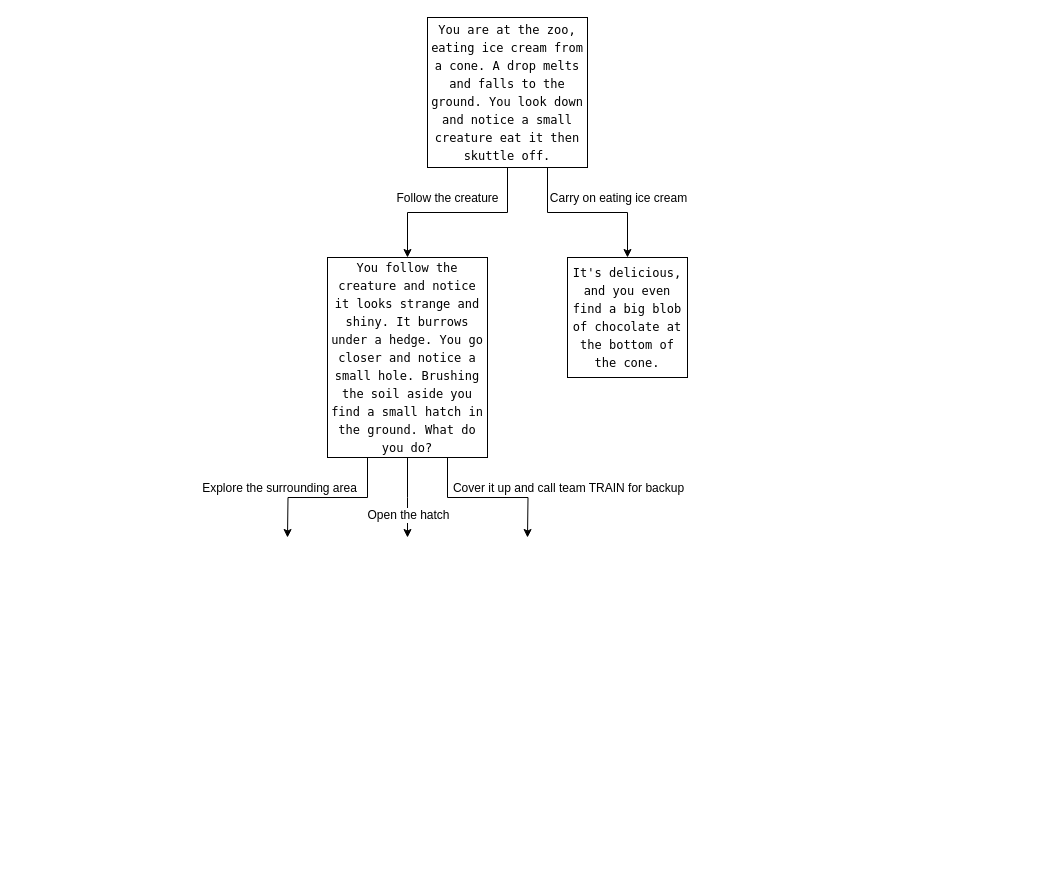
This is adventure.drawio from tearne/adventure, a draw.io file, before an edit. Source tidied: cells renumbered, new cells numbered last; positions are measured from the earlier drawing's top-left corner, leaving out a move shared by most shapes. Both pictures are drawn from the tidied source at 100%, with x=0, y=0 at pixel (287, 17).
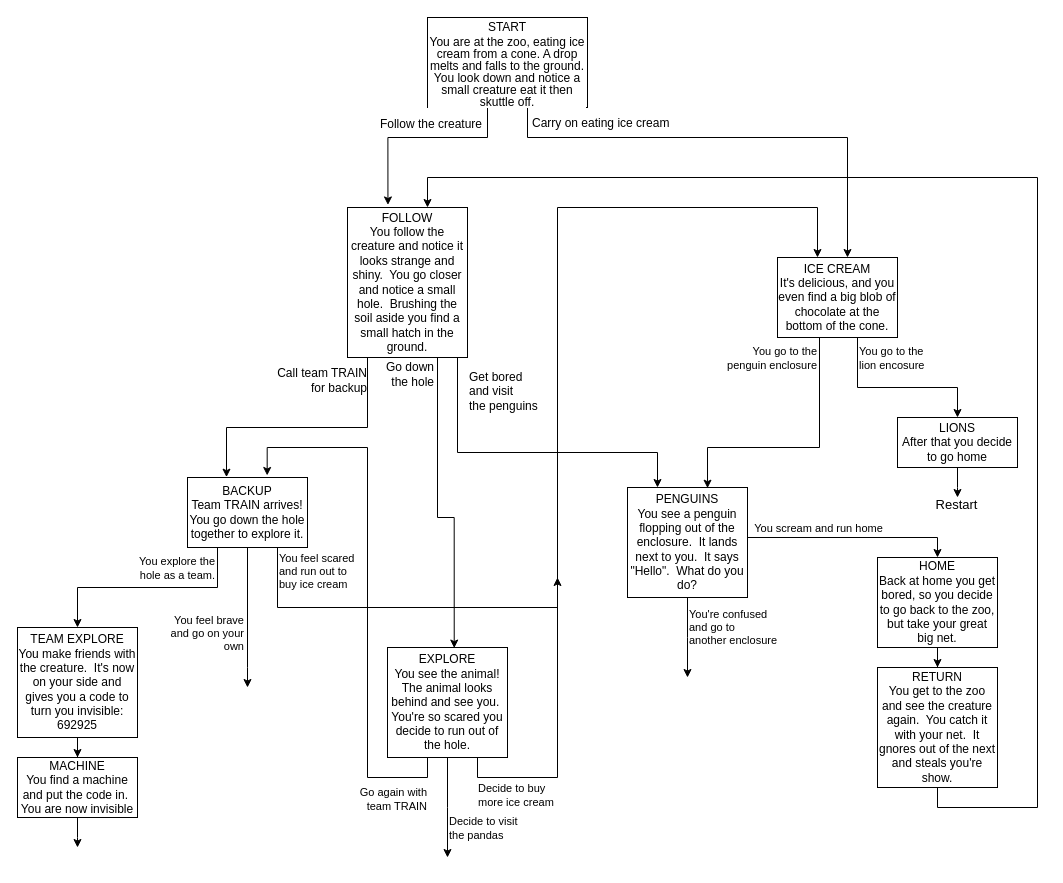
The same page after the edit.

Change to the diagram source:
```diff
@@
-    <mxCell id="2" style="edgeStyle=orthogonalEdgeStyle;rounded=0;jettySize=auto;html=1;fontColor=default;" parent="1" edge="1" source="6" target="14">
-      <mxGeometry relative="1" as="geometry" />
+    <mxCell id="2" style="edgeStyle=orthogonalEdgeStyle;rounded=0;jettySize=auto;html=1;fontColor=default;entryX=0.337;entryY=-0.017;entryDx=0;entryDy=0;entryPerimeter=0;" parent="1" edge="1" source="6" target="49">
+      <mxGeometry relative="1" as="geometry">
+        <Array as="points">
+          <mxPoint x="200" y="120" />
+          <mxPoint x="100" y="120" />
+        </Array>
+      </mxGeometry>
     </mxCell>
-    <mxCell id="3" value="Follow the creature" style="edgeLabel;html=1;align=center;verticalAlign=middle;fontColor=default;fontSize=12;" parent="2" vertex="1">
+    <mxCell id="3" value="Follow the creature" style="edgeLabel;html=1;align=right;verticalAlign=middle;fontColor=default;fontSize=12;" parent="2" vertex="1">
       <mxGeometry x="-0.11" y="2" relative="1" as="geometry">
-        <mxPoint x="-21" y="-17" as="offset" />
+        <mxPoint x="53" y="-16" as="offset" />
       </mxGeometry>
     </mxCell>
-    <mxCell id="4" style="edgeStyle=orthogonalEdgeStyle;rounded=0;jettySize=auto;html=1;exitX=0.75;exitY=1;exitDx=0;exitDy=0;entryX=0.5;entryY=0;entryDx=0;entryDy=0;fontColor=default;" parent="1" edge="1" source="6" target="7">
-      <mxGeometry relative="1" as="geometry" />
+    <mxCell id="4" style="edgeStyle=orthogonalEdgeStyle;rounded=0;jettySize=auto;html=1;exitX=0.633;exitY=1;exitDx=0;exitDy=0;entryX=0.5;entryY=0;entryDx=0;entryDy=0;fontColor=default;exitPerimeter=0;" parent="1" edge="1" source="6">
+      <mxGeometry relative="1" as="geometry">
+        <mxPoint x="560" y="240" as="targetPoint" />
+        <Array as="points">
+          <mxPoint x="240" y="90" />
+          <mxPoint x="240" y="120" />
+          <mxPoint x="560" y="120" />
+        </Array>
+      </mxGeometry>
     </mxCell>
-    <mxCell id="5" value="Carry on eating ice cream" style="edgeLabel;html=1;align=center;verticalAlign=middle;fontColor=default;fontSize=12;" parent="4" vertex="1">
+    <mxCell id="5" value="Carry on eating ice cream" style="edgeLabel;html=1;align=left;verticalAlign=middle;fontColor=default;fontSize=12;" parent="4" vertex="1">
       <mxGeometry x="-0.05" y="1" relative="1" as="geometry">
-        <mxPoint x="34" y="-14" as="offset" />
+        <mxPoint x="-190" y="-14" as="offset" />
       </mxGeometry>
     </mxCell>
-    <mxCell id="6" value="&lt;div style=&quot;font-family: &amp;quot;menlo&amp;quot; , &amp;quot;monaco&amp;quot; , &amp;quot;courier new&amp;quot; , monospace ; font-weight: normal ; font-size: 12px ; line-height: 18px&quot;&gt;&lt;div style=&quot;font-family: &amp;quot;menlo&amp;quot;, &amp;quot;monaco&amp;quot;, &amp;quot;courier new&amp;quot;, monospace; font-weight: normal; font-size: 12px; line-height: 18px;&quot;&gt;&lt;div&gt;&lt;span style=&quot;&quot;&gt;You are at the zoo, eating ice cream from a cone.  A drop melts and falls to the ground.  You look down and notice a small creature eat it then skuttle off.&lt;/span&gt;&lt;/div&gt;&lt;/div&gt;&lt;/div&gt;" style="rounded=0;whiteSpace=wrap;html=1;fontColor=default;labelBackgroundColor=default;" parent="1" vertex="1">
-      <mxGeometry x="140" width="160" height="150" as="geometry" />
+    <mxCell id="6" value="&lt;div style=&quot;font-weight: normal ; font-size: 12px ; line-height: 18px&quot;&gt;&lt;div style=&quot;font-weight: normal ; font-size: 12px ; line-height: 18px&quot;&gt;&lt;font face=&quot;Helvetica&quot;&gt;&lt;span&gt;START&lt;br&gt;&lt;/span&gt;&lt;/font&gt;&lt;div style=&quot;line-height: 1&quot;&gt;&lt;font face=&quot;Helvetica&quot;&gt;&lt;span&gt;You are at the zoo, eating ice cream from a cone.  A drop melts and falls to the ground.  You look down and notice a small creature eat it then skuttle off.&lt;/span&gt;&lt;/font&gt;&lt;/div&gt;&lt;/div&gt;&lt;/div&gt;" style="rounded=0;whiteSpace=wrap;html=1;fontColor=default;labelBackgroundColor=default;" parent="1" vertex="1">
+      <mxGeometry x="140" width="160" height="90" as="geometry" />
     </mxCell>
-    <mxCell id="7" value="&lt;div style=&quot;font-family: &amp;quot;menlo&amp;quot;, &amp;quot;monaco&amp;quot;, &amp;quot;courier new&amp;quot;, monospace; font-weight: normal; font-size: 12px; line-height: 18px;&quot;&gt;&lt;div&gt;&lt;span style=&quot;&quot;&gt;It's delicious, and you even find a big blob of chocolate at the bottom of the cone.&lt;/span&gt;&lt;/div&gt;&lt;/div&gt;" style="rounded=0;whiteSpace=wrap;html=1;labelBackgroundColor=default;fontColor=default;" parent="1" vertex="1">
-      <mxGeometry x="280" y="240" width="120" height="120" as="geometry" />
-    </mxCell>
+    <mxCell id="15" style="edgeStyle=orthogonalEdgeStyle;rounded=0;jettySize=auto;html=1;exitX=0.35;exitY=1;exitDx=0;exitDy=0;entryX=0.667;entryY=0.006;entryDx=0;entryDy=0;exitPerimeter=0;entryPerimeter=0;" parent="1" edge="1" source="50" target="37">
+      <mxGeometry relative="1" as="geometry">
+        <Array as="points">
+          <mxPoint x="532" y="430" />
+          <mxPoint x="420" y="430" />
+        </Array>
+      </mxGeometry>
+    </mxCell>
+    <mxCell id="16" value="&lt;div&gt;You go to the&lt;/div&gt;&lt;div&gt;penguin enclosure&lt;/div&gt;" style="edgeLabel;html=1;align=right;verticalAlign=middle;labelBackgroundColor=none;" parent="15" vertex="1">
+      <mxGeometry x="0.22" y="2" relative="1" as="geometry">
+        <mxPoint x="48" y="-92" as="offset" />
+      </mxGeometry>
+    </mxCell>
+    <mxCell id="17" style="edgeStyle=orthogonalEdgeStyle;rounded=0;jettySize=auto;html=1;entryX=0.5;entryY=0;entryDx=0;entryDy=0;exitX=0.75;exitY=1;exitDx=0;exitDy=0;" parent="1" edge="1" target="40">
+      <mxGeometry relative="1" as="geometry">
+        <mxPoint x="570" y="320" as="sourcePoint" />
+        <Array as="points">
+          <mxPoint x="570" y="370" />
+          <mxPoint x="670" y="370" />
+        </Array>
+      </mxGeometry>
+    </mxCell>
+    <mxCell id="18" value="&lt;div&gt;You go to the&lt;/div&gt;&lt;div&gt;lion encosure&lt;/div&gt;" style="edgeLabel;html=1;align=left;verticalAlign=middle;labelBackgroundColor=none;" parent="17" vertex="1">
+      <mxGeometry x="-0.16" relative="1" as="geometry">
+        <mxPoint x="-26" y="-30" as="offset" />
+      </mxGeometry>
+    </mxCell>
-    <mxCell id="8" style="edgeStyle=orthogonalEdgeStyle;rounded=0;jettySize=auto;html=1;fontColor=default;" parent="1" edge="1" source="14">
+    <mxCell id="8" style="edgeStyle=orthogonalEdgeStyle;rounded=0;jettySize=auto;html=1;fontColor=default;entryX=0.556;entryY=0.005;entryDx=0;entryDy=0;entryPerimeter=0;exitX=0.75;exitY=1;exitDx=0;exitDy=0;" parent="1" edge="1" source="49" target="32">
       <mxGeometry relative="1" as="geometry">
-        <mxPoint x="120" y="520" as="targetPoint" />
+        <Array as="points">
+          <mxPoint x="150" y="500" />
+          <mxPoint x="167" y="500" />
+        </Array>
       </mxGeometry>
     </mxCell>
-    <mxCell id="9" value="Open the hatch" style="edgeLabel;html=1;align=center;verticalAlign=middle;fontColor=default;fontSize=12;" parent="8" vertex="1">
+    <mxCell id="9" value="&lt;div&gt;Go down&lt;/div&gt;&lt;div&gt;the hole&lt;/div&gt;" style="edgeLabel;html=1;align=right;verticalAlign=middle;fontColor=default;fontSize=12;labelBackgroundColor=none;" parent="8" vertex="1">
       <mxGeometry x="0.25" y="1" relative="1" as="geometry">
-        <mxPoint x="-1" y="8" as="offset" />
+        <mxPoint x="-21" y="-159" as="offset" />
       </mxGeometry>
     </mxCell>
-    <mxCell id="10" style="edgeStyle=orthogonalEdgeStyle;rounded=0;jettySize=auto;html=1;exitX=0.75;exitY=1;exitDx=0;exitDy=0;fontColor=default;" parent="1" edge="1" source="14">
+    <mxCell id="10" style="edgeStyle=orthogonalEdgeStyle;rounded=0;jettySize=auto;html=1;fontColor=default;entryX=0.325;entryY=-0.005;entryDx=0;entryDy=0;entryPerimeter=0;" parent="1" edge="1" source="49" target="25">
       <mxGeometry relative="1" as="geometry">
-        <mxPoint x="240" y="520" as="targetPoint" />
+        <Array as="points">
+          <mxPoint x="80" y="410" />
+          <mxPoint x="-61" y="410" />
+        </Array>
       </mxGeometry>
     </mxCell>
-    <mxCell id="11" value="Cover it up and call team TRAIN for backup" style="edgeLabel;html=1;align=center;verticalAlign=middle;fontColor=default;fontSize=12;" parent="10" vertex="1">
+    <mxCell id="11" value="&lt;div&gt;Call team TRAIN&lt;/div&gt;&lt;div&gt;for backup&lt;/div&gt;" style="edgeLabel;html=1;align=right;verticalAlign=middle;fontColor=default;fontSize=12;labelBackgroundColor=none;" parent="10" vertex="1">
       <mxGeometry x="0.05" y="3" relative="1" as="geometry">
-        <mxPoint x="76" y="-7" as="offset" />
+        <mxPoint x="67" y="-51" as="offset" />
       </mxGeometry>
     </mxCell>
-    <mxCell id="12" style="edgeStyle=orthogonalEdgeStyle;rounded=0;jettySize=auto;html=1;exitX=0.25;exitY=1;exitDx=0;exitDy=0;fontColor=default;" parent="1" edge="1" source="14">
+    <mxCell id="12" style="edgeStyle=orthogonalEdgeStyle;rounded=0;jettySize=auto;html=1;exitX=0.938;exitY=1.003;exitDx=0;exitDy=0;fontColor=default;entryX=0.25;entryY=0;entryDx=0;entryDy=0;exitPerimeter=0;" parent="1" edge="1" source="49" target="37">
       <mxGeometry relative="1" as="geometry">
-        <mxPoint y="520" as="targetPoint" />
+        <Array as="points">
+          <mxPoint x="170" y="320" />
+          <mxPoint x="170" y="435" />
+          <mxPoint x="370" y="435" />
+        </Array>
       </mxGeometry>
     </mxCell>
-    <mxCell id="13" value="Explore the surrounding area" style="edgeLabel;html=1;align=center;verticalAlign=middle;fontColor=default;fontSize=12;" parent="12" vertex="1">
+    <mxCell id="13" value="&lt;div&gt;Get bored&lt;/div&gt;&lt;div&gt;and visit &lt;br&gt;&lt;/div&gt;&lt;div&gt;the penguins&lt;/div&gt;" style="edgeLabel;html=1;align=left;verticalAlign=middle;fontColor=default;fontSize=12;labelBackgroundColor=none;" parent="12" vertex="1">
       <mxGeometry x="0.21" y="-4" relative="1" as="geometry">
-        <mxPoint x="-33" y="-6" as="offset" />
+        <mxPoint x="-78" y="-66" as="offset" />
       </mxGeometry>
     </mxCell>
-    <mxCell id="14" value="&lt;div style=&quot;font-family: &amp;quot;menlo&amp;quot;, &amp;quot;monaco&amp;quot;, &amp;quot;courier new&amp;quot;, monospace; font-weight: normal; font-size: 12px; line-height: 18px;&quot;&gt;&lt;div&gt;&lt;span style=&quot;&quot;&gt;You follow the creature and notice it looks strange and shiny.  It burrows under a hedge.  You go closer and notice a small hole.  Brushing the soil aside you find a small hatch in the ground.  What do you do?&lt;/span&gt;&lt;/div&gt;&lt;/div&gt;" style="rounded=0;whiteSpace=wrap;html=1;fontColor=default;labelBackgroundColor=default;" parent="1" vertex="1">
-      <mxGeometry x="40" y="240" width="160" height="200" as="geometry" />
-    </mxCell>
+    <mxCell id="19" style="edgeStyle=orthogonalEdgeStyle;rounded=0;jettySize=auto;html=1;entryX=0.5;entryY=0;entryDx=0;entryDy=0;" parent="1" edge="1" source="25" target="46">
+      <mxGeometry relative="1" as="geometry">
+        <Array as="points">
+          <mxPoint x="-70" y="570" />
+          <mxPoint x="-210" y="570" />
+        </Array>
+      </mxGeometry>
+    </mxCell>
+    <mxCell id="20" value="&lt;div&gt;You explore the &lt;br&gt;&lt;/div&gt;&lt;div&gt;hole as a team.&lt;br&gt;&lt;/div&gt;" style="edgeLabel;html=1;align=right;verticalAlign=middle;labelBackgroundColor=none;" parent="19" vertex="1">
+      <mxGeometry x="0.11" y="-3" relative="1" as="geometry">
+        <mxPoint x="80" y="-17" as="offset" />
+      </mxGeometry>
+    </mxCell>
+    <mxCell id="21" style="edgeStyle=orthogonalEdgeStyle;rounded=0;jettySize=auto;html=1;" parent="1" edge="1" source="25">
+      <mxGeometry relative="1" as="geometry">
+        <mxPoint x="270" y="560" as="targetPoint" />
+        <Array as="points">
+          <mxPoint x="-10" y="590" />
+          <mxPoint x="270" y="590" />
+        </Array>
+      </mxGeometry>
+    </mxCell>
+    <mxCell id="22" value="&lt;div&gt;You feel scared&lt;/div&gt;&lt;div&gt;and run out to &lt;br&gt;&lt;/div&gt;&lt;div&gt;buy ice cream&lt;/div&gt;" style="edgeLabel;html=1;align=left;verticalAlign=middle;labelBackgroundColor=none;" parent="21" vertex="1">
+      <mxGeometry x="-0.75" relative="1" as="geometry">
+        <mxPoint y="-23" as="offset" />
+      </mxGeometry>
+    </mxCell>
+    <mxCell id="23" style="edgeStyle=orthogonalEdgeStyle;rounded=0;jettySize=auto;html=1;" parent="1" edge="1" source="25">
+      <mxGeometry relative="1" as="geometry">
+        <mxPoint x="-40" y="670" as="targetPoint" />
+        <Array as="points">
+          <mxPoint x="-40" y="650" />
+          <mxPoint x="-40" y="650" />
+        </Array>
+      </mxGeometry>
+    </mxCell>
+    <mxCell id="24" value="&lt;div&gt;You feel brave&lt;/div&gt;&lt;div&gt;and go on your&lt;/div&gt;&lt;div&gt;own&lt;/div&gt;" style="edgeLabel;html=1;align=right;verticalAlign=middle;labelBackgroundColor=none;" parent="23" vertex="1">
+      <mxGeometry x="0.57" relative="1" as="geometry">
+        <mxPoint x="-3" y="-25" as="offset" />
+      </mxGeometry>
+    </mxCell>
+    <mxCell id="25" value="&lt;p style=&quot;line-height: 1&quot;&gt;&lt;/p&gt;&lt;div&gt;BACKUP&lt;br&gt;&lt;/div&gt;&lt;div&gt;Team TRAIN arrives!&lt;/div&gt;&lt;div&gt;You go down the hole together to explore it.&lt;br&gt;&lt;/div&gt;&lt;p&gt;&lt;/p&gt;" style="rounded=0;whiteSpace=wrap;html=1;" parent="1" vertex="1">
+      <mxGeometry x="-100" y="460" width="120" height="70" as="geometry" />
+    </mxCell>
+    <mxCell id="26" style="edgeStyle=orthogonalEdgeStyle;rounded=0;jettySize=auto;html=1;entryX=0.25;entryY=0;entryDx=0;entryDy=0;" parent="1" edge="1" source="32">
+      <mxGeometry relative="1" as="geometry">
+        <mxPoint x="530" y="240" as="targetPoint" />
+        <Array as="points">
+          <mxPoint x="190" y="760" />
+          <mxPoint x="270" y="760" />
+          <mxPoint x="270" y="190" />
+          <mxPoint x="530" y="190" />
+        </Array>
+      </mxGeometry>
+    </mxCell>
+    <mxCell id="27" value="&lt;div&gt;Decide to buy &lt;br&gt;&lt;/div&gt;&lt;div&gt;more ice cream&lt;/div&gt;" style="edgeLabel;html=1;align=left;verticalAlign=middle;" parent="26" vertex="1">
+      <mxGeometry x="-0.94" y="1" relative="1" as="geometry">
+        <mxPoint x="-10" y="18" as="offset" />
+      </mxGeometry>
+    </mxCell>
+    <mxCell id="28" style="edgeStyle=orthogonalEdgeStyle;rounded=0;jettySize=auto;html=1;" parent="1" edge="1" source="32">
+      <mxGeometry relative="1" as="geometry">
+        <mxPoint x="160" y="840" as="targetPoint" />
+      </mxGeometry>
+    </mxCell>
+    <mxCell id="29" value="&lt;div&gt;Decide to visit&lt;/div&gt;&lt;div&gt;the pandas&lt;/div&gt;" style="edgeLabel;html=1;align=left;verticalAlign=middle;" parent="28" vertex="1">
+      <mxGeometry x="0.37" y="1" relative="1" as="geometry">
+        <mxPoint x="-1" y="2" as="offset" />
+      </mxGeometry>
+    </mxCell>
+    <mxCell id="30" style="edgeStyle=orthogonalEdgeStyle;rounded=0;jettySize=auto;html=1;entryX=0.664;entryY=-0.029;entryDx=0;entryDy=0;entryPerimeter=0;" parent="1" edge="1" source="32" target="25">
+      <mxGeometry relative="1" as="geometry">
+        <Array as="points">
+          <mxPoint x="140" y="760" />
+          <mxPoint x="80" y="760" />
+          <mxPoint x="80" y="430" />
+          <mxPoint x="-20" y="430" />
+        </Array>
+      </mxGeometry>
+    </mxCell>
+    <mxCell id="31" value="&lt;div&gt;Go again with&lt;/div&gt;&lt;div&gt;team TRAIN&lt;/div&gt;" style="edgeLabel;html=1;align=right;verticalAlign=middle;" parent="30" vertex="1">
+      <mxGeometry x="0.1" y="3" relative="1" as="geometry">
+        <mxPoint x="63" y="237" as="offset" />
+      </mxGeometry>
+    </mxCell>
+    <mxCell id="32" value="&lt;div&gt;EXPLORE&lt;br&gt;&lt;/div&gt;&lt;div&gt;You see the animal!&lt;/div&gt;&lt;div&gt;The animal looks behind and see you.&amp;nbsp; You're so scared you decide to run out of the hole.&lt;br&gt;&lt;/div&gt;" style="rounded=0;whiteSpace=wrap;html=1;" parent="1" vertex="1">
+      <mxGeometry x="100" y="630" width="120" height="110" as="geometry" />
+    </mxCell>
+    <mxCell id="33" style="edgeStyle=orthogonalEdgeStyle;rounded=0;jettySize=auto;html=1;" parent="1" edge="1" source="37">
+      <mxGeometry relative="1" as="geometry">
+        <mxPoint x="400" y="660" as="targetPoint" />
+      </mxGeometry>
+    </mxCell>
+    <mxCell id="34" value="&lt;div&gt;You're confused&lt;/div&gt;&lt;div&gt;and go to &lt;br&gt;&lt;/div&gt;&lt;div&gt;another enclosure&lt;/div&gt;" style="edgeLabel;html=1;align=left;verticalAlign=middle;labelBackgroundColor=none;" parent="33" vertex="1">
+      <mxGeometry x="0.17" y="2" relative="1" as="geometry">
+        <mxPoint x="-2" y="-17" as="offset" />
+      </mxGeometry>
+    </mxCell>
+    <mxCell id="35" style="edgeStyle=orthogonalEdgeStyle;rounded=0;jettySize=auto;html=1;" parent="1" edge="1" source="37" target="42">
+      <mxGeometry relative="1" as="geometry">
+        <Array as="points">
+          <mxPoint x="650" y="520" />
+        </Array>
+      </mxGeometry>
+    </mxCell>
+    <mxCell id="36" value="You scream and run home" style="edgeLabel;html=1;align=center;verticalAlign=middle;labelBackgroundColor=none;" parent="35" vertex="1">
+      <mxGeometry x="0.48" y="-2" relative="1" as="geometry">
+        <mxPoint x="-85" y="-12" as="offset" />
+      </mxGeometry>
+    </mxCell>
+    <mxCell id="37" value="&lt;div&gt;PENGUINS&lt;br&gt;&lt;/div&gt;&lt;div&gt;You see a penguin flopping out of the enclosure.&amp;nbsp; It lands next to you.&amp;nbsp; It says &quot;Hello&quot;.&amp;nbsp; What do you do?&lt;/div&gt;" style="rounded=0;whiteSpace=wrap;html=1;labelBackgroundColor=default;fontColor=default;" parent="1" vertex="1">
+      <mxGeometry x="340" y="470" width="120" height="110" as="geometry" />
+    </mxCell>
+    <mxCell id="38" style="edgeStyle=orthogonalEdgeStyle;rounded=0;jettySize=auto;html=1;fontFamily=Helvetica;fontSize=13;" parent="1" edge="1" source="40">
+      <mxGeometry relative="1" as="geometry">
+        <mxPoint x="670" y="480" as="targetPoint" />
+      </mxGeometry>
+    </mxCell>
+    <mxCell id="39" value="Restart" style="edgeLabel;html=1;align=center;verticalAlign=middle;fontSize=13;fontFamily=Helvetica;" parent="38" vertex="1">
+      <mxGeometry x="-0.1" y="-1" relative="1" as="geometry">
+        <mxPoint x="-1" y="22" as="offset" />
+      </mxGeometry>
+    </mxCell>
+    <mxCell id="40" value="&lt;div&gt;LIONS&lt;br&gt;&lt;/div&gt;&lt;div&gt;After that you decide to go home&lt;/div&gt;" style="rounded=0;whiteSpace=wrap;html=1;labelBackgroundColor=default;fontColor=default;" parent="1" vertex="1">
+      <mxGeometry x="610" y="400" width="120" height="50" as="geometry" />
+    </mxCell>
+    <mxCell id="41" style="edgeStyle=orthogonalEdgeStyle;rounded=0;jettySize=auto;html=1;entryX=0.5;entryY=0;entryDx=0;entryDy=0;" parent="1" edge="1" source="42" target="44">
+      <mxGeometry relative="1" as="geometry" />
+    </mxCell>
+    <mxCell id="42" value="&lt;div&gt;HOME&lt;br&gt;&lt;/div&gt;&lt;div&gt;Back at home you get bored, so you decide to go back to the zoo, but take your great big net.&lt;/div&gt;" style="rounded=0;whiteSpace=wrap;html=1;" parent="1" vertex="1">
+      <mxGeometry x="590" y="540" width="120" height="90" as="geometry" />
+    </mxCell>
+    <mxCell id="43" style="edgeStyle=orthogonalEdgeStyle;rounded=0;jettySize=auto;html=1;" parent="1" edge="1" source="44" target="49">
+      <mxGeometry relative="1" as="geometry">
+        <Array as="points">
+          <mxPoint x="650" y="790" />
+          <mxPoint x="750" y="790" />
+          <mxPoint x="750" y="160" />
+          <mxPoint x="140" y="160" />
+        </Array>
+      </mxGeometry>
+    </mxCell>
+    <mxCell id="44" value="&lt;div&gt;RETURN&lt;br&gt;&lt;/div&gt;&lt;div&gt;You get to the zoo and see the creature again.&amp;nbsp; You catch it with your net.&amp;nbsp; It gnores out of the next and steals you're show.&lt;/div&gt;" style="rounded=0;whiteSpace=wrap;html=1;" parent="1" vertex="1">
+      <mxGeometry x="590" y="650" width="120" height="120" as="geometry" />
+    </mxCell>
+    <mxCell id="45" style="edgeStyle=orthogonalEdgeStyle;rounded=0;jettySize=auto;html=1;" parent="1" edge="1" source="46" target="48">
+      <mxGeometry relative="1" as="geometry" />
+    </mxCell>
+    <mxCell id="46" value="&lt;div&gt;TEAM EXPLORE&lt;br&gt;&lt;/div&gt;&lt;div&gt;You make friends with the creature.&amp;nbsp; It's now on your side and gives you a code to turn you invisible: 692925&lt;br&gt;&lt;/div&gt;" style="rounded=0;whiteSpace=wrap;html=1;" parent="1" vertex="1">
+      <mxGeometry x="-270" y="610" width="120" height="110" as="geometry" />
+    </mxCell>
+    <mxCell id="47" style="edgeStyle=orthogonalEdgeStyle;rounded=0;jettySize=auto;html=1;fontFamily=Helvetica;fontSize=13;" parent="1" edge="1" source="48">
+      <mxGeometry relative="1" as="geometry">
+        <mxPoint x="-210" y="830" as="targetPoint" />
+      </mxGeometry>
+    </mxCell>
+    <mxCell id="48" value="&lt;div&gt;MACHINE&lt;br&gt;&lt;/div&gt;&lt;div&gt;You find a machine and put the code in.&amp;nbsp; You are now invisible&lt;br&gt;&lt;/div&gt;" style="rounded=0;whiteSpace=wrap;html=1;" parent="1" vertex="1">
+      <mxGeometry x="-270" y="740" width="120" height="60" as="geometry" />
+    </mxCell>
+    <mxCell id="49" value="FOLLOW&lt;br&gt;You follow the creature and notice it looks strange and shiny.&amp;nbsp; You go closer and notice a small hole.&amp;nbsp; Brushing the soil aside you find a small hatch in the ground." style="rounded=0;whiteSpace=wrap;html=1;" parent="1" vertex="1">
+      <mxGeometry x="60" y="190" width="120" height="150" as="geometry" />
+    </mxCell>
+    <mxCell id="50" value="ICE CREAM&lt;br&gt;&lt;div&gt;It's delicious, and you even find a big blob of chocolate at the bottom of the cone.&lt;/div&gt;" style="rounded=0;whiteSpace=wrap;html=1;" parent="1" vertex="1">
+      <mxGeometry x="490" y="240" width="120" height="80" as="geometry" />
+    </mxCell>
```
